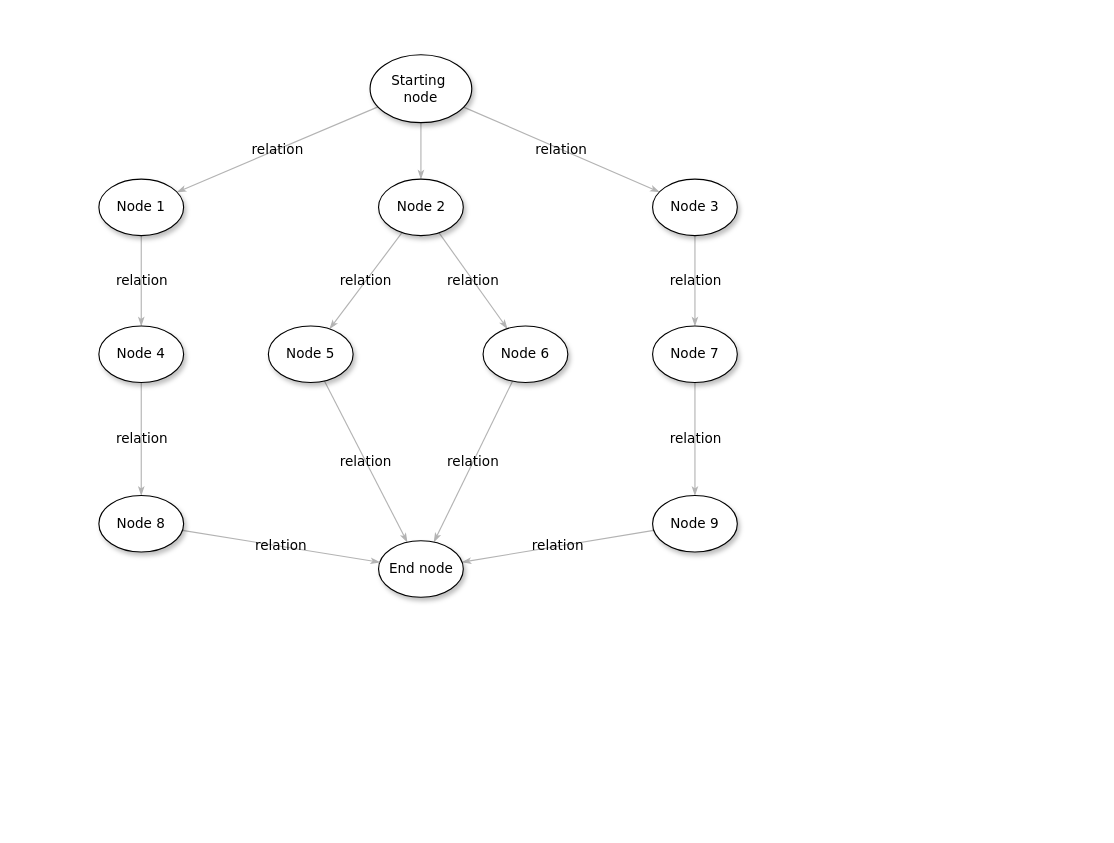
Above: map.drawio in fenggr/Hello-world (draw.io), before the change. Source tidied: cells renumbered, new cells numbered last; positions are measured from the earlier drawing's top-left corner, leaving out a move shared by most shapes. Both pictures are drawn from the tidied source at 113%, with x=0, y=0 at pixel (98, 54).
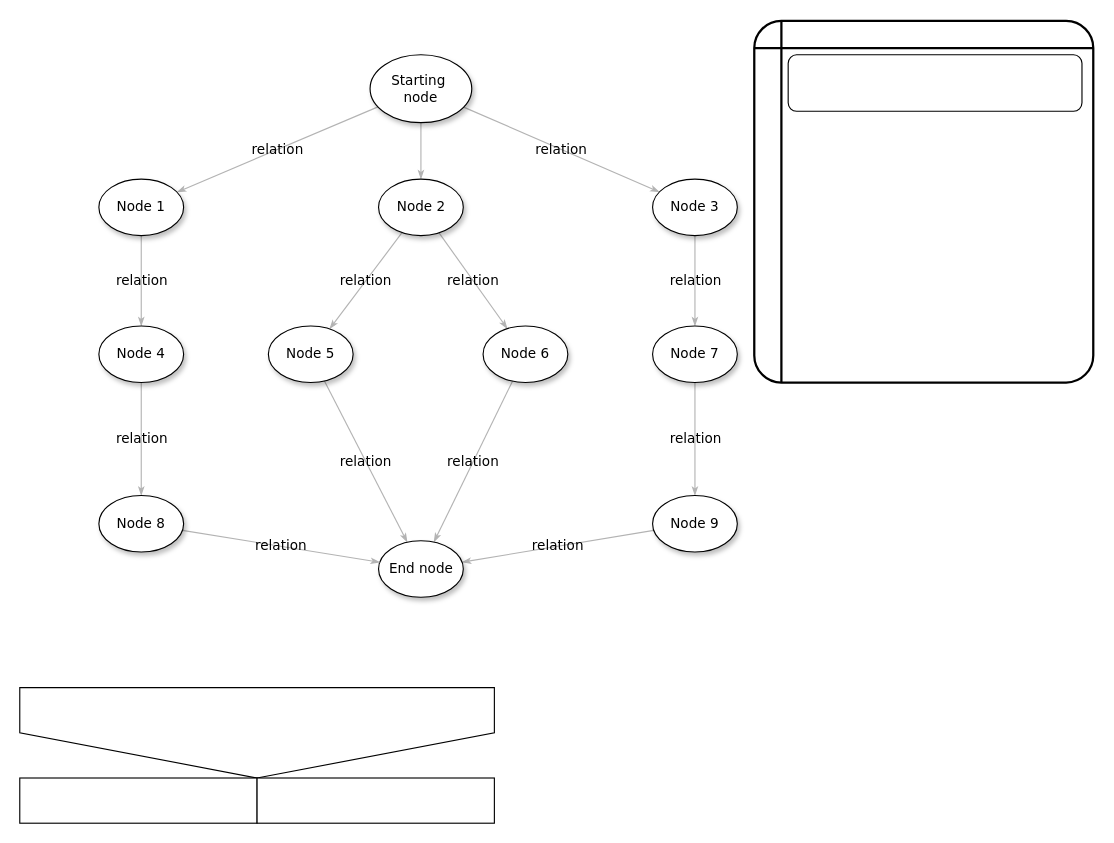
The same diagram, later.

What changed in the source:
```diff
@@
+    <mxCell id="26" style="verticalLabelPosition=bottom;verticalAlign=top;html=1;shape=offPageConnector;rounded=0;size=0.5;" parent="1" vertex="1">
+      <mxGeometry x="-70" y="560" width="420" height="80" as="geometry" />
+    </mxCell>
+    <mxCell id="27" style="rounded=0;whiteSpace=wrap;html=1;" parent="1" vertex="1">
+      <mxGeometry x="-70" y="640" width="210" height="40" as="geometry" />
+    </mxCell>
+    <mxCell id="28" style="rounded=0;whiteSpace=wrap;html=1;" parent="1" vertex="1">
+      <mxGeometry x="140" y="640" width="210" height="40" as="geometry" />
+    </mxCell>
+    <mxCell id="29" style="shape=internalStorage;whiteSpace=wrap;html=1;dx=15;dy=15;rounded=1;arcSize=8;strokeWidth=2;" parent="1" vertex="1">
+      <mxGeometry x="580" y="-30" width="300" height="320" as="geometry" />
+    </mxCell>
+    <mxCell id="30" style="rounded=1;whiteSpace=wrap;html=1;" parent="1" vertex="1">
+      <mxGeometry x="610" width="260" height="50" as="geometry" />
+    </mxCell>
```
